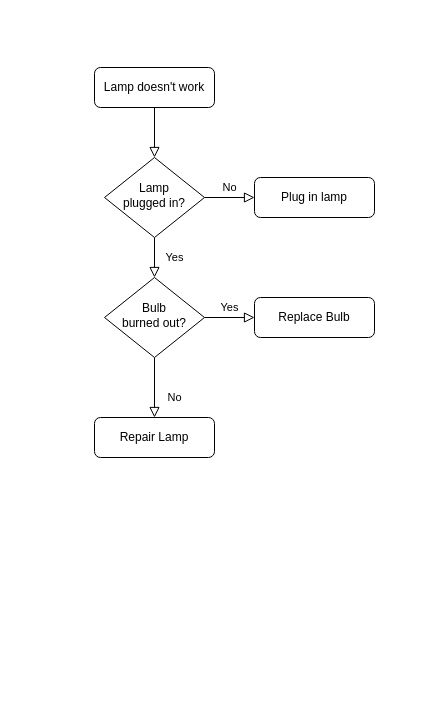
Above: Untitled Diagram.drawio in TsunamiSam99/TsunamiSam (draw.io), before the change. Source tidied: cells renumbered, new cells numbered last; positions are measured from the earlier drawing's top-left corner, leaving out a move shared by most shapes. Both pictures are drawn from the tidied source at 100%, with x=0, y=0 at pixel (94, 67).
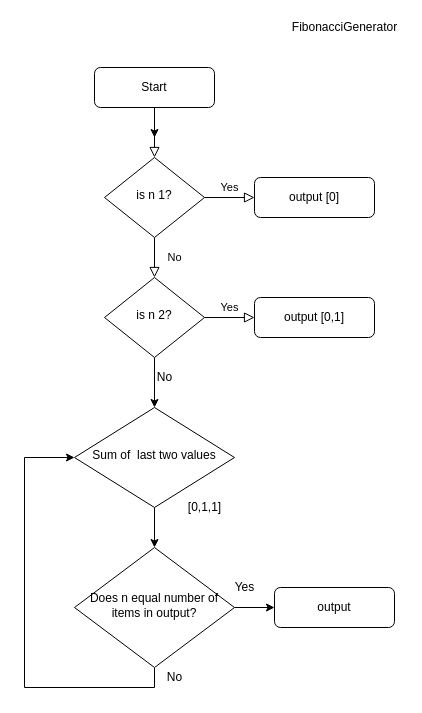
After the change.

Diff of the diagram source:
```diff
@@
+    <mxCell id="13" style="edgeStyle=orthogonalEdgeStyle;rounded=0;jettySize=auto;html=1;exitX=0.5;exitY=1;exitDx=0;exitDy=0;" parent="1" edge="1" source="3">
+      <mxGeometry relative="1" as="geometry">
+        <mxPoint x="60" y="70" as="targetPoint" />
+      </mxGeometry>
+    </mxCell>
-    <mxCell id="3" value="Lamp doesn't work" style="rounded=1;whiteSpace=wrap;html=1;fontSize=12;glass=0;strokeWidth=1;shadow=0;" parent="1" vertex="1">
+    <mxCell id="3" value="Start" style="rounded=1;whiteSpace=wrap;html=1;fontSize=12;glass=0;strokeWidth=1;shadow=0;" parent="1" vertex="1">
       <mxGeometry width="120" height="40" as="geometry" />
     </mxCell>
-    <mxCell id="4" value="Yes" style="rounded=0;html=1;jettySize=auto;fontSize=11;endArrow=block;endFill=0;endSize=8;strokeWidth=1;shadow=0;labelBackgroundColor=none;edgeStyle=orthogonalEdgeStyle;" parent="1" edge="1" source="6" target="10">
+    <mxCell id="4" value="No" style="rounded=0;html=1;jettySize=auto;fontSize=11;endArrow=block;endFill=0;endSize=8;strokeWidth=1;shadow=0;labelBackgroundColor=none;edgeStyle=orthogonalEdgeStyle;" parent="1" edge="1" source="6" target="10">
       <mxGeometry y="20" relative="1" as="geometry" />
     </mxCell>
-    <mxCell id="5" value="No" style="edgeStyle=orthogonalEdgeStyle;rounded=0;html=1;jettySize=auto;fontSize=11;endArrow=block;endFill=0;endSize=8;strokeWidth=1;shadow=0;labelBackgroundColor=none;" parent="1" edge="1" source="6" target="7">
+    <mxCell id="5" value="Yes" style="edgeStyle=orthogonalEdgeStyle;rounded=0;html=1;jettySize=auto;fontSize=11;endArrow=block;endFill=0;endSize=8;strokeWidth=1;shadow=0;labelBackgroundColor=none;" parent="1" edge="1" source="6" target="7">
       <mxGeometry y="10" relative="1" as="geometry" />
     </mxCell>
-    <mxCell id="6" value="Lamp&lt;br&gt;plugged in?" style="rhombus;whiteSpace=wrap;html=1;shadow=0;fontFamily=Helvetica;fontSize=12;align=center;strokeWidth=1;spacing=6;spacingTop=-4;" parent="1" vertex="1">
+    <mxCell id="6" value="is n 1?" style="rhombus;whiteSpace=wrap;html=1;shadow=0;fontFamily=Helvetica;fontSize=12;align=center;strokeWidth=1;spacing=6;spacingTop=-4;" parent="1" vertex="1">
       <mxGeometry x="10" y="90" width="100" height="80" as="geometry" />
     </mxCell>
-    <mxCell id="7" value="Plug in lamp" style="rounded=1;whiteSpace=wrap;html=1;fontSize=12;glass=0;strokeWidth=1;shadow=0;" parent="1" vertex="1">
+    <mxCell id="7" value="output [0]" style="rounded=1;whiteSpace=wrap;html=1;fontSize=12;glass=0;strokeWidth=1;shadow=0;" parent="1" vertex="1">
       <mxGeometry x="160" y="110" width="120" height="40" as="geometry" />
     </mxCell>
-    <mxCell id="8" value="No" style="rounded=0;html=1;jettySize=auto;fontSize=11;endArrow=block;endFill=0;endSize=8;strokeWidth=1;shadow=0;labelBackgroundColor=none;edgeStyle=orthogonalEdgeStyle;" parent="1" edge="1" source="10" target="11">
-      <mxGeometry x="0.33" y="20" relative="1" as="geometry" />
-    </mxCell>
@@
+    <mxCell id="14" style="edgeStyle=orthogonalEdgeStyle;rounded=0;jettySize=auto;html=1;exitX=0.5;exitY=1;exitDx=0;exitDy=0;entryX=0.5;entryY=0;entryDx=0;entryDy=0;" parent="1" edge="1" source="10" target="17">
+      <mxGeometry relative="1" as="geometry" />
+    </mxCell>
-    <mxCell id="10" value="Bulb&lt;br&gt;burned out?" style="rhombus;whiteSpace=wrap;html=1;shadow=0;fontFamily=Helvetica;fontSize=12;align=center;strokeWidth=1;spacing=6;spacingTop=-4;" parent="1" vertex="1">
+    <mxCell id="10" value="is n 2?" style="rhombus;whiteSpace=wrap;html=1;shadow=0;fontFamily=Helvetica;fontSize=12;align=center;strokeWidth=1;spacing=6;spacingTop=-4;" parent="1" vertex="1">
       <mxGeometry x="10" y="210" width="100" height="80" as="geometry" />
     </mxCell>
-    <mxCell id="11" value="Repair Lamp" style="rounded=1;whiteSpace=wrap;html=1;fontSize=12;glass=0;strokeWidth=1;shadow=0;" parent="1" vertex="1">
-      <mxGeometry y="350" width="120" height="40" as="geometry" />
+    <mxCell id="11" value="output" style="rounded=1;whiteSpace=wrap;html=1;fontSize=12;glass=0;strokeWidth=1;shadow=0;" parent="1" vertex="1">
+      <mxGeometry x="180" y="520" width="120" height="40" as="geometry" />
     </mxCell>
-    <mxCell id="12" value="Replace Bulb" style="rounded=1;whiteSpace=wrap;html=1;fontSize=12;glass=0;strokeWidth=1;shadow=0;" parent="1" vertex="1">
+    <mxCell id="12" value="output [0,1]" style="rounded=1;whiteSpace=wrap;html=1;fontSize=12;glass=0;strokeWidth=1;shadow=0;" parent="1" vertex="1">
       <mxGeometry x="160" y="230" width="120" height="40" as="geometry" />
     </mxCell>
+    <mxCell id="15" value="FibonacciGenerator&lt;br&gt;" style="text;html=1;align=center;verticalAlign=middle;strokeColor=none;fillColor=none;" parent="1" vertex="1">
+      <mxGeometry x="190" y="-50" width="120" height="20" as="geometry" />
+    </mxCell>
+    <mxCell id="16" style="edgeStyle=orthogonalEdgeStyle;rounded=0;jettySize=auto;html=1;exitX=0.5;exitY=1;exitDx=0;exitDy=0;entryX=0.5;entryY=0;entryDx=0;entryDy=0;" parent="1" edge="1" source="17" target="20">
+      <mxGeometry relative="1" as="geometry" />
+    </mxCell>
+    <mxCell id="17" value="Sum of&amp;nbsp; last two values" style="rhombus;whiteSpace=wrap;html=1;shadow=0;fontFamily=Helvetica;fontSize=12;align=center;strokeWidth=1;spacing=6;spacingTop=-4;" parent="1" vertex="1">
+      <mxGeometry x="-20" y="340" width="160" height="100" as="geometry" />
+    </mxCell>
+    <mxCell id="18" style="edgeStyle=orthogonalEdgeStyle;rounded=0;jettySize=auto;html=1;exitX=1;exitY=0.5;exitDx=0;exitDy=0;entryX=0;entryY=0.5;entryDx=0;entryDy=0;" parent="1" edge="1" source="20" target="11">
+      <mxGeometry relative="1" as="geometry" />
+    </mxCell>
+    <mxCell id="19" style="edgeStyle=orthogonalEdgeStyle;rounded=0;jettySize=auto;html=1;exitX=0.5;exitY=1;exitDx=0;exitDy=0;entryX=0;entryY=0.5;entryDx=0;entryDy=0;" parent="1" edge="1" source="20" target="17">
+      <mxGeometry relative="1" as="geometry">
+        <Array as="points">
+          <mxPoint x="60" y="620" />
+          <mxPoint x="-70" y="620" />
+          <mxPoint x="-70" y="390" />
+        </Array>
+      </mxGeometry>
+    </mxCell>
+    <mxCell id="20" value="Does n equal number of items in output?" style="rhombus;whiteSpace=wrap;html=1;shadow=0;fontFamily=Helvetica;fontSize=12;align=center;strokeWidth=1;spacing=6;spacingTop=-4;" parent="1" vertex="1">
+      <mxGeometry x="-20" y="480" width="160" height="120" as="geometry" />
+    </mxCell>
+    <mxCell id="21" value="No" style="text;html=1;align=center;verticalAlign=middle;strokeColor=none;fillColor=none;" parent="1" vertex="1">
+      <mxGeometry x="65" y="600" width="30" height="20" as="geometry" />
+    </mxCell>
+    <mxCell id="22" value="Yes" style="text;html=1;align=center;verticalAlign=middle;strokeColor=none;fillColor=none;" parent="1" vertex="1">
+      <mxGeometry x="130" y="510" width="40" height="20" as="geometry" />
+    </mxCell>
+    <mxCell id="23" value="No" style="text;html=1;align=center;verticalAlign=middle;strokeColor=none;fillColor=none;" parent="1" vertex="1">
+      <mxGeometry x="55" y="300" width="30" height="20" as="geometry" />
+    </mxCell>
+    <mxCell id="24" value="[0,1,1]" style="text;html=1;align=center;verticalAlign=middle;strokeColor=none;fillColor=none;" parent="1" vertex="1">
+      <mxGeometry x="85" y="430" width="50" height="20" as="geometry" />
+    </mxCell>
```
